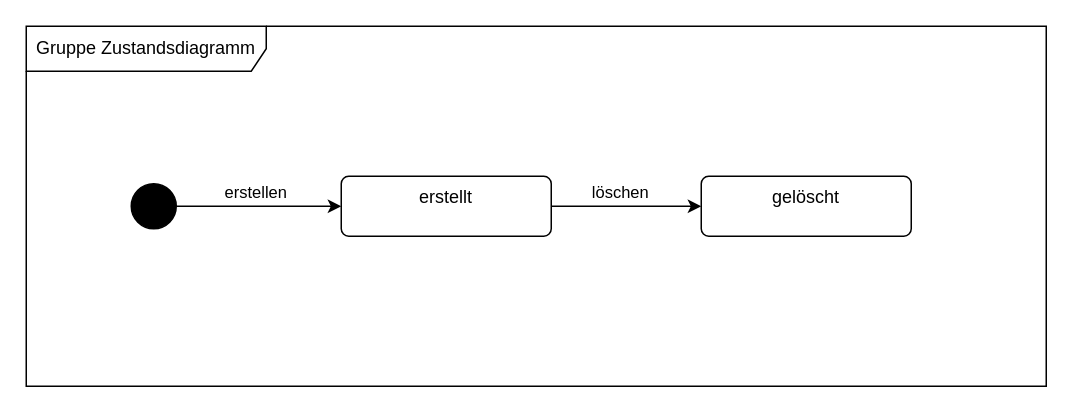
Malte-W-Schule/Software-Technick-2026-Sem03 keeps this draw.io diagram as Datenmodelle/Evently_Gruppe_Zustandsdiagramm.drawio. Above is the earlier version. Source tidied: cells renumbered, new cells numbered last; positions are measured from the earlier drawing's top-left corner, leaving out a move shared by most shapes. Both pictures are drawn from the tidied source at 150%, with x=0, y=0 at pixel (26, 26).
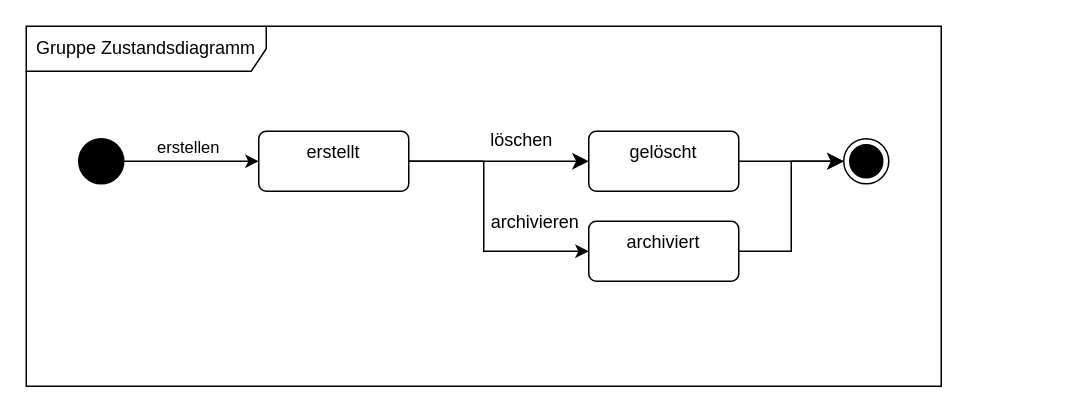
Above is the later version.

What changed in the source:
```diff
@@
 <mxGraphModel>
   <root>
     <mxCell id="0" />
     <mxCell id="1" parent="0" />
     <mxCell id="2" value="Gruppe Zustandsdiagramm" style="shape=umlFrame;whiteSpace=wrap;html=1;width=160;" parent="1" vertex="1">
-      <mxGeometry width="680" height="240" as="geometry" />
+      <mxGeometry width="610" height="240" as="geometry" />
     </mxCell>
     <mxCell id="3" style="edgeStyle=orthogonalEdgeStyle;rounded=0;jettySize=auto;html=1;entryX=0;entryY=0.5;entryDx=0;entryDy=0;" parent="2" edge="1" source="5" target="8">
       <mxGeometry relative="1" as="geometry" />
     </mxCell>
     <mxCell id="4" value="erstellen" style="edgeLabel;html=1;align=center;verticalAlign=middle;" parent="3" vertex="1">
       <mxGeometry x="-0.06" y="2" relative="1" as="geometry">
         <mxPoint y="-8" as="offset" />
       </mxGeometry>
     </mxCell>
     <mxCell id="5" style="ellipse;fillColor=strokeColor;html=1;" parent="2" vertex="1">
-      <mxGeometry x="70" y="105" width="30" height="30" as="geometry" />
+      <mxGeometry x="35" y="75" width="30" height="30" as="geometry" />
     </mxCell>
-    <mxCell id="6" style="edgeStyle=orthogonalEdgeStyle;rounded=0;jettySize=auto;html=1;" parent="2" edge="1" source="8" target="9">
-      <mxGeometry relative="1" as="geometry" />
+    <mxCell id="6" style="edgeStyle=orthogonalEdgeStyle;rounded=0;jettySize=auto;html=1;entryX=0;entryY=0.5;entryDx=0;entryDy=0;" parent="2" edge="1" source="8" target="14">
+      <mxGeometry relative="1" as="geometry">
+        <Array as="points">
+          <mxPoint x="305" y="90" />
+          <mxPoint x="305" y="150" />
+        </Array>
+      </mxGeometry>
     </mxCell>
+    <mxCell id="10" value="archivieren" style="edgeLabel;html=1;align=center;verticalAlign=middle;fontSize=12;" parent="6" vertex="1">
+      <mxGeometry x="0.44" relative="1" as="geometry">
+        <mxPoint x="13" y="-20" as="offset" />
+      </mxGeometry>
+    </mxCell>
+    <mxCell id="11" style="edgeStyle=none;curved=1;rounded=0;jettySize=auto;html=1;fontSize=12;startSize=8;endSize=8;" parent="2" edge="1" source="8" target="9">
+      <mxGeometry relative="1" as="geometry" />
+    </mxCell>
-    <mxCell id="7" value="löschen" style="edgeLabel;html=1;align=center;verticalAlign=middle;" parent="6" vertex="1">
-      <mxGeometry x="-0.11" y="1" relative="1" as="geometry">
-        <mxPoint y="-9" as="offset" />
+    <mxCell id="7" value="löschen" style="edgeLabel;html=1;align=center;verticalAlign=middle;fontSize=12;" parent="11" vertex="1">
+      <mxGeometry x="0.3" y="-1" relative="1" as="geometry">
+        <mxPoint x="-4" y="-16" as="offset" />
       </mxGeometry>
     </mxCell>
     <mxCell id="8" value="erstellt" style="html=1;align=center;verticalAlign=top;rounded=1;absoluteArcSize=1;arcSize=10;dashed=0;whiteSpace=wrap;" parent="2" vertex="1">
-      <mxGeometry x="210" y="100" width="140" height="40" as="geometry" />
+      <mxGeometry x="155" y="70" width="100" height="40" as="geometry" />
     </mxCell>
+    <mxCell id="12" style="edgeStyle=none;curved=1;rounded=0;jettySize=auto;html=1;entryX=0;entryY=0.5;entryDx=0;entryDy=0;fontSize=12;startSize=8;endSize=8;" parent="2" edge="1" source="9" target="15">
+      <mxGeometry relative="1" as="geometry" />
+    </mxCell>
     <mxCell id="9" value="gelöscht" style="html=1;align=center;verticalAlign=top;rounded=1;absoluteArcSize=1;arcSize=10;dashed=0;whiteSpace=wrap;" parent="2" vertex="1">
-      <mxGeometry x="450" y="100" width="140" height="40" as="geometry" />
+      <mxGeometry x="375" y="70" width="100" height="40" as="geometry" />
     </mxCell>
+    <mxCell id="13" style="edgeStyle=orthogonalEdgeStyle;rounded=0;jettySize=auto;html=1;fontSize=12;startSize=8;endSize=8;entryX=0;entryY=0.5;entryDx=0;entryDy=0;" parent="2" edge="1" source="14" target="15">
+      <mxGeometry relative="1" as="geometry" />
+    </mxCell>
+    <mxCell id="14" value="archiviert" style="html=1;align=center;verticalAlign=top;rounded=1;absoluteArcSize=1;arcSize=10;dashed=0;whiteSpace=wrap;" parent="2" vertex="1">
+      <mxGeometry x="375" y="130" width="100" height="40" as="geometry" />
+    </mxCell>
+    <mxCell id="15" style="ellipse;html=1;shape=endState;fillColor=strokeColor;" parent="2" vertex="1">
+      <mxGeometry x="545" y="75" width="30" height="30" as="geometry" />
+    </mxCell>
   </root>
 </mxGraphModel>
```
